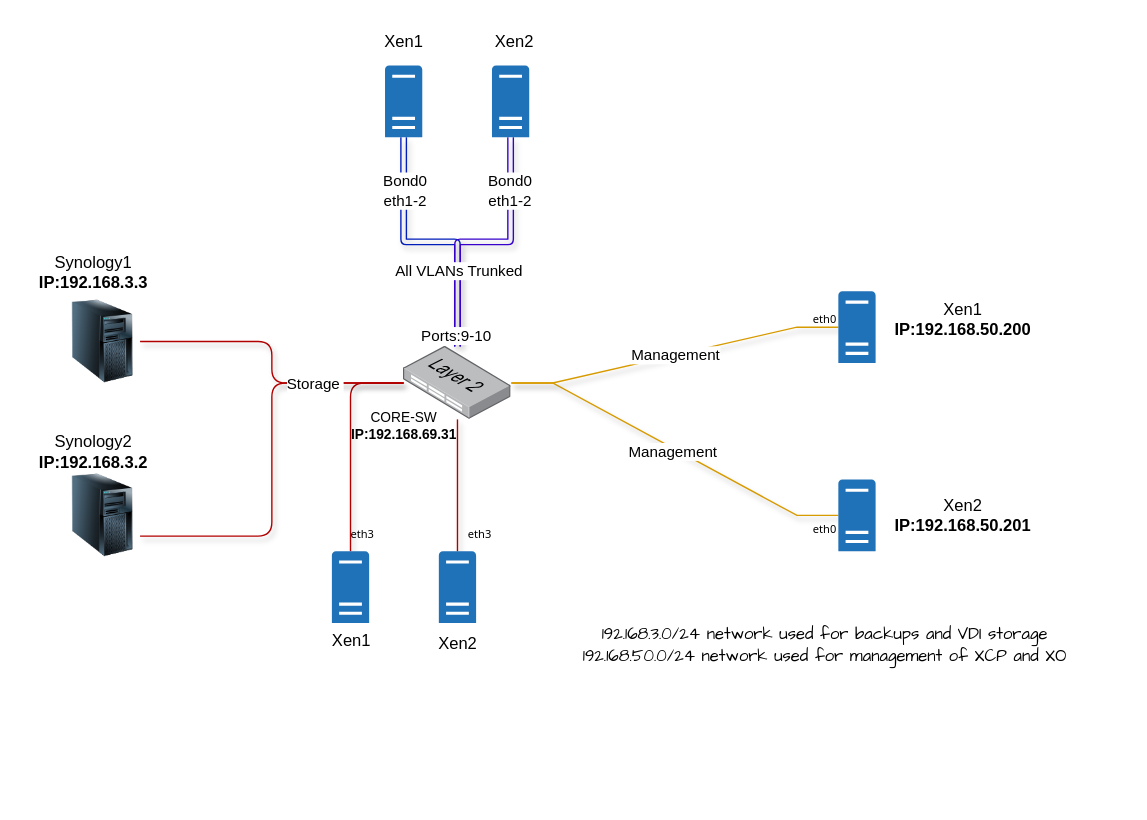
This is Xen Storage / Management.drawio from michmoor0725/draw.io, a draw.io file, before an edit. Source tidied: cells renumbered, new cells numbered last; positions are measured from the earlier drawing's top-left corner, leaving out a move shared by most shapes. Both pictures are drawn from the tidied source at 138%, with x=0, y=0 at pixel (23, 23).
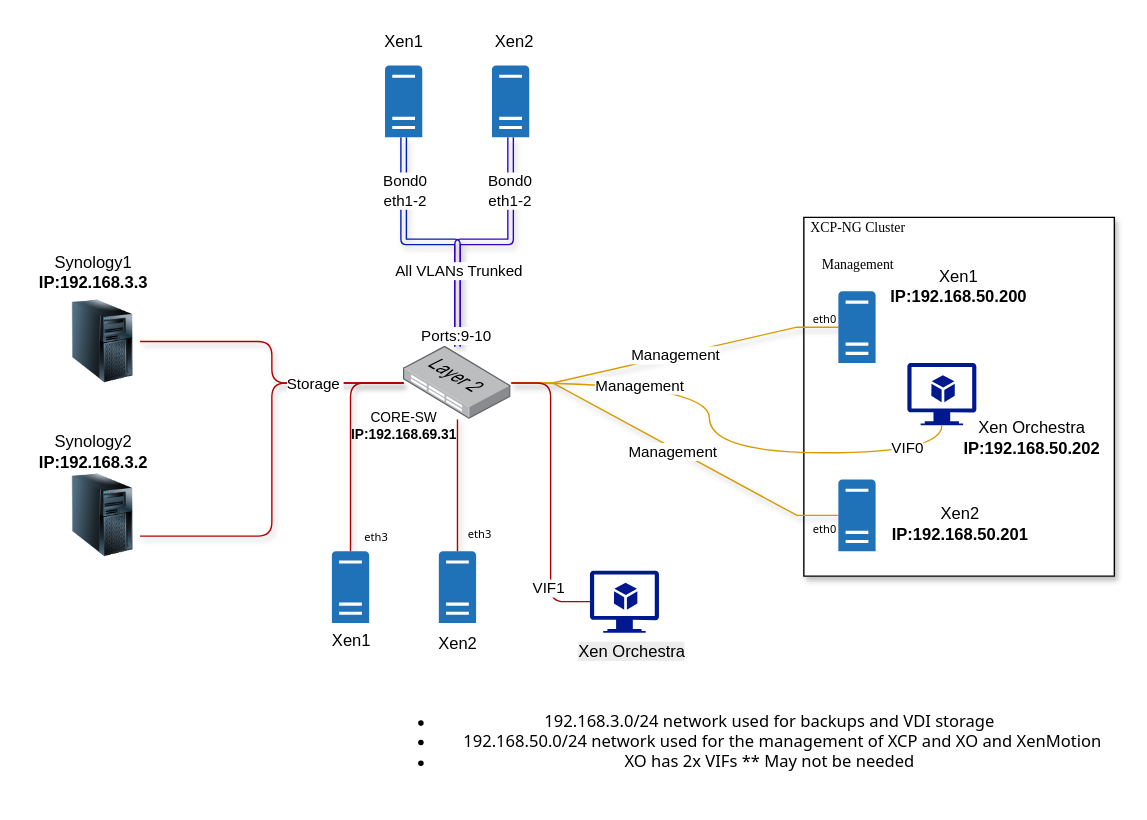
The same page after the edit.

Commit message:
Update Xen Storage / Management.drawio

The change refers to these unchanged cells:
```xml
<mxCell id="16" style="image;points=[];html=1;align=center;shadow=0;dashed=0;image=img/lib/allied_telesis/switch/Switch_48_port_L2.svg;rounded=1;" parent="1" vertex="1">
  <mxGeometry x="275" y="233.6" width="78" height="52.8" as="geometry" />
</mxCell>
<mxCell id="22" style="sketch=0;shadow=0;dashed=0;html=1;strokeColor=none;labelPosition=center;verticalLabelPosition=bottom;verticalAlign=top;outlineConnect=0;align=center;shape=mxgraph.office.servers.server_generic;fillColor=#2072B8;rounded=1;" parent="1" vertex="1">
  <mxGeometry x="223" y="382" width="27" height="52" as="geometry" />
</mxCell>
<mxCell id="23" style="sketch=0;shadow=0;dashed=0;html=1;strokeColor=none;labelPosition=center;verticalLabelPosition=bottom;verticalAlign=top;outlineConnect=0;align=center;shape=mxgraph.office.servers.server_generic;fillColor=#2072B8;rounded=1;" parent="1" vertex="1">
  <mxGeometry x="300.5" y="382" width="27" height="52" as="geometry" />
</mxCell>
```

The edit, as a diff of the source:
```diff
@@
+    <mxCell id="39" style="verticalLabelPosition=bottom;verticalAlign=top;html=1;shape=mxgraph.basic.rect;fillColor2=none;strokeWidth=1;size=20;indent=5;rounded=1;gradientColor=none;shadow=1;fillStyle=auto;" parent="1" vertex="1">
+      <mxGeometry x="565" y="140" width="225" height="260" as="geometry" />
+    </mxCell>
@@
-    <mxCell id="5" style="edgeStyle=orthogonalEdgeStyle;rounded=1;jettySize=auto;html=1;endArrow=none;startFill=0;fillColor=#e51400;strokeColor=#B20000;fontFamily=Comic Sans MS;shadow=1;" parent="1" edge="1" source="16" target="23">
+    <mxCell id="5" style="edgeStyle=orthogonalEdgeStyle;rounded=1;jettySize=auto;html=1;endArrow=none;startFill=0;fillColor=#e51400;strokeColor=#B20000;fontFamily=Comic Sans MS;shadow=1;flowAnimation=1;" parent="1" edge="1" source="16" target="23">
       <mxGeometry relative="1" as="geometry" />
     </mxCell>
-    <mxCell id="6" style="edgeStyle=orthogonalEdgeStyle;rounded=1;jettySize=auto;html=1;endArrow=none;startFill=0;fillColor=#e51400;strokeColor=#B20000;fontFamily=Comic Sans MS;shadow=1;" parent="1" edge="1" source="16" target="22">
+    <mxCell id="6" style="edgeStyle=orthogonalEdgeStyle;rounded=1;jettySize=auto;html=1;endArrow=none;startFill=0;fillColor=#e51400;strokeColor=#B20000;fontFamily=Comic Sans MS;shadow=1;flowAnimation=1;" parent="1" edge="1" source="16" target="22">
       <mxGeometry relative="1" as="geometry" />
     </mxCell>
@@
     <mxCell id="20" value="Xen1&lt;div&gt;&lt;b&gt;IP:192.168.50.200&lt;/b&gt;&lt;/div&gt;" style="text;html=1;align=center;verticalAlign=middle;strokeColor=none;fillColor=none;" parent="1" vertex="1">
-      <mxGeometry x="620" y="193.6" width="120" height="40" as="geometry" />
+      <mxGeometry x="617" y="170" width="120" height="40" as="geometry" />
     </mxCell>
     <mxCell id="21" value="Xen2&lt;div&gt;&lt;b&gt;IP:192.168.50.201&lt;/b&gt;&lt;/div&gt;" style="text;html=1;align=center;verticalAlign=middle;strokeColor=none;fillColor=none;" parent="1" vertex="1">
-      <mxGeometry x="620" y="336" width="120" height="40" as="geometry" />
+      <mxGeometry x="617.5" y="342" width="120" height="40" as="geometry" />
     </mxCell>
@@
-    <mxCell id="30" value="&lt;font face=&quot;Comic Sans MS&quot;&gt;192.168.3.0/24 network used for backups and VDI storage&lt;/font&gt;&lt;div&gt;&lt;font face=&quot;Comic Sans MS&quot;&gt;192.168.50.0/24 network used for management of XCP and XO&lt;/font&gt;&lt;/div&gt;" style="text;html=1;align=center;verticalAlign=middle;strokeColor=none;fillColor=none;" parent="1" vertex="1">
-      <mxGeometry x="395" y="430" width="370" height="40" as="geometry" />
+    <mxCell id="30" value="&lt;ul&gt;&lt;li&gt;&lt;font face=&quot;Tahoma&quot;&gt;192.168.3.0/24 network used for backups and VDI storage&lt;/font&gt;&lt;/li&gt;&lt;li&gt;&lt;font face=&quot;Tahoma&quot;&gt;&amp;nbsp; &amp;nbsp; &amp;nbsp; 192.168.50.0/24 network used for the management of XCP and XO and XenMotion&lt;/font&gt;&lt;/li&gt;&lt;li&gt;&lt;font face=&quot;Tahoma&quot;&gt;XO has 2x VIFs ** May not be needed&lt;/font&gt;&lt;/li&gt;&lt;/ul&gt;" style="text;html=1;align=center;verticalAlign=middle;strokeColor=none;fillColor=none;" parent="1" vertex="1">
+      <mxGeometry x="260" y="480" width="520" height="80" as="geometry" />
     </mxCell>
@@
     <mxCell id="32" value="&lt;h6&gt;&lt;font style=&quot;font-weight: normal;&quot; face=&quot;Tahoma&quot;&gt;eth3&lt;/font&gt;&lt;/h6&gt;" style="text;html=1;align=center;verticalAlign=middle;strokeColor=none;fillColor=none;glass=0;fontStyle=0;" parent="1" vertex="1">
-      <mxGeometry x="225" y="340" width="40" height="60" as="geometry" />
+      <mxGeometry x="235" y="342" width="40" height="60" as="geometry" />
     </mxCell>
@@
+    <mxCell id="40" style="sketch=0;shadow=0;dashed=0;html=1;strokeColor=none;labelPosition=center;verticalLabelPosition=bottom;verticalAlign=top;align=center;fillColor=#00188D;shape=mxgraph.azure.virtual_machine_feature;rounded=1;" parent="1" vertex="1">
+      <mxGeometry x="640" y="245.6" width="50" height="45" as="geometry" />
+    </mxCell>
+    <mxCell id="41" value="Xen Orchestra&lt;br&gt;&lt;b&gt;IP:192.168.50.202&lt;/b&gt;" style="text;html=1;align=center;verticalAlign=middle;strokeColor=none;fillColor=none;" parent="1" vertex="1">
+      <mxGeometry x="670" y="280" width="120" height="40" as="geometry" />
+    </mxCell>
+    <mxCell id="42" style="edgeStyle=orthogonalEdgeStyle;rounded=1;jettySize=auto;html=1;entryX=0.5;entryY=1;entryDx=0;entryDy=0;entryPerimeter=0;endArrow=none;startFill=0;curved=1;fillColor=#ffcd28;strokeColor=#d79b00;gradientColor=#ffa500;flowAnimation=0;" parent="1" edge="1" source="16" target="40">
+      <mxGeometry relative="1" as="geometry" />
+    </mxCell>
+    <mxCell id="43" value="Management" style="edgeLabel;html=1;align=center;verticalAlign=middle;rounded=1;" parent="42" vertex="1">
+      <mxGeometry x="-0.52" y="-1" relative="1" as="geometry" />
+    </mxCell>
+    <mxCell id="44" value="VIF0" style="edgeLabel;html=1;align=center;verticalAlign=middle;rounded=1;" parent="42" vertex="1">
+      <mxGeometry x="0.76" y="4" relative="1" as="geometry" />
+    </mxCell>
+    <mxCell id="45" value="&lt;p&gt;&lt;font style=&quot;font-size: 10px;&quot; face=&quot;Times New Roman&quot;&gt;XCP-NG Cluster&lt;/font&gt;&lt;/p&gt;&lt;p&gt;&lt;font style=&quot;font-size: 10px;&quot; face=&quot;Times New Roman&quot;&gt;Management&lt;/font&gt;&lt;/p&gt;" style="text;html=1;align=center;verticalAlign=middle;strokeColor=none;fillColor=none;" parent="1" vertex="1">
+      <mxGeometry x="558.5" y="120" width="90" height="80" as="geometry" />
+    </mxCell>
+    <mxCell id="46" style="sketch=0;shadow=0;dashed=0;html=1;strokeColor=none;labelPosition=center;verticalLabelPosition=bottom;verticalAlign=top;align=center;fillColor=#00188D;shape=mxgraph.azure.virtual_machine_feature;rounded=1;" parent="1" vertex="1">
+      <mxGeometry x="410" y="396" width="50" height="45" as="geometry" />
+    </mxCell>
+    <mxCell id="47" value="&lt;span style=&quot;color: rgb(0, 0, 0); font-family: Helvetica; font-size: 12px; font-style: normal; font-variant-ligatures: normal; font-variant-caps: normal; font-weight: 400; letter-spacing: normal; orphans: 2; text-align: center; text-indent: 0px; text-transform: none; widows: 2; word-spacing: 0px; -webkit-text-stroke-width: 0px; white-space: nowrap; background-color: rgb(236, 236, 236); text-decoration-thickness: initial; text-decoration-style: initial; text-decoration-color: initial; display: inline !important; float: none;&quot;&gt;Xen Orchestra&lt;/span&gt;&lt;br style=&quot;forced-color-adjust: none; color: rgb(0, 0, 0); font-family: Helvetica; font-size: 12px; font-style: normal; font-variant-ligatures: normal; font-variant-caps: normal; font-weight: 400; letter-spacing: normal; orphans: 2; text-align: center; text-indent: 0px; text-transform: none; widows: 2; word-spacing: 0px; -webkit-text-stroke-width: 0px; white-space: nowrap; background-color: rgb(236, 236, 236); text-decoration-thickness: initial; text-decoration-style: initial; text-decoration-color: initial;&quot;&gt;" style="text;whiteSpace=wrap;html=1;" parent="1" vertex="1">
+      <mxGeometry x="400" y="441" width="110" height="40" as="geometry" />
+    </mxCell>
+    <mxCell id="48" style="edgeStyle=orthogonalEdgeStyle;rounded=1;jettySize=auto;html=1;entryX=0;entryY=0.5;entryDx=0;entryDy=0;entryPerimeter=0;endArrow=none;startFill=0;fillColor=#e51400;strokeColor=#B20000;flowAnimation=1;" parent="1" edge="1" source="16" target="46">
+      <mxGeometry relative="1" as="geometry" />
+    </mxCell>
+    <mxCell id="49" value="VIF1" style="edgeLabel;html=1;align=center;verticalAlign=middle;rounded=1;" parent="48" vertex="1">
+      <mxGeometry x="0.64" y="-2" relative="1" as="geometry" />
+    </mxCell>
```
